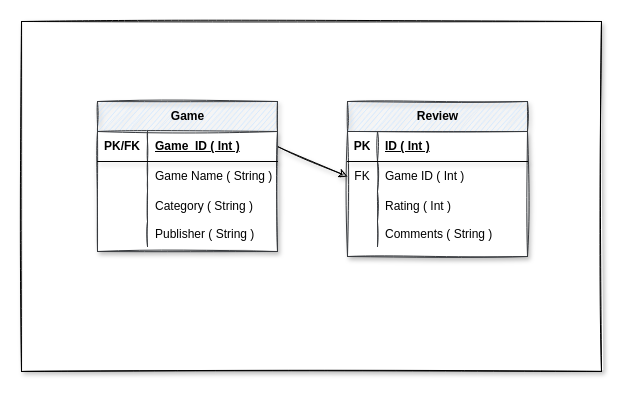
Earlier version of the draw.io diagram Appendix/Untitled Diagram.drawio (S1cca/Project_QA). Source tidied: cells renumbered, new cells numbered last; positions are measured from the earlier drawing's top-left corner, leaving out a move shared by most shapes. Both pictures are drawn from the tidied source at 100%, with x=0, y=0 at pixel (21, 21).
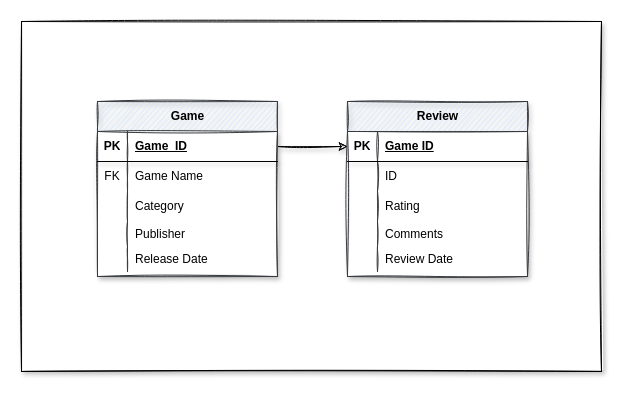
After the change.

Unchanged cells that the change refers to:
```xml
<mxCell id="5" style="shape=tableRow;horizontal=0;startSize=0;swimlaneHead=0;swimlaneBody=0;fillColor=none;points=[[0,0.5],[1,0.5]];portConstraint=eastwest;top=0;left=0;right=0;bottom=1;shadow=1;labelBackgroundColor=none;labelBorderColor=none;fontColor=default;strokeColor=default;html=1;" parent="4" vertex="1">
  <mxGeometry y="30" width="180" height="30" as="geometry" />
</mxCell>
<mxCell id="8" style="shape=tableRow;horizontal=0;startSize=0;swimlaneHead=0;swimlaneBody=0;fillColor=none;top=0;left=0;right=0;bottom=0;shadow=1;labelBackgroundColor=none;labelBorderColor=none;fontColor=default;strokeColor=default;html=1;" parent="4" vertex="1">
  <mxGeometry y="60" width="180" height="30" as="geometry" />
</mxCell>
<mxCell id="11" style="shape=tableRow;horizontal=0;startSize=0;swimlaneHead=0;swimlaneBody=0;fillColor=none;top=0;left=0;right=0;bottom=0;shadow=1;labelBackgroundColor=none;labelBorderColor=none;fontColor=default;strokeColor=default;html=1;rounded=0;sketch=0;swimlaneFillColor=none;" parent="4" vertex="1">
  <mxGeometry y="90" width="180" height="30" as="geometry" />
</mxCell>
<mxCell id="14" style="shape=tableRow;horizontal=0;startSize=0;swimlaneHead=0;swimlaneBody=0;fillColor=none;top=0;left=0;right=0;bottom=0;shadow=1;labelBackgroundColor=none;labelBorderColor=none;fontColor=default;strokeColor=default;html=1;" parent="4" vertex="1">
  <mxGeometry y="120" width="180" height="25" as="geometry" />
</mxCell>
<mxCell id="18" style="shape=tableRow;horizontal=0;startSize=0;swimlaneHead=0;swimlaneBody=0;fillColor=none;points=[[0,0.5],[1,0.5]];portConstraint=eastwest;top=0;left=0;right=0;bottom=1;shadow=1;labelBackgroundColor=none;labelBorderColor=none;fontColor=default;strokeColor=default;html=1;" parent="17" vertex="1">
  <mxGeometry y="30" width="180" height="30" as="geometry" />
</mxCell>
<mxCell id="21" style="shape=tableRow;horizontal=0;startSize=0;swimlaneHead=0;swimlaneBody=0;fillColor=none;points=[[0,0.5],[1,0.5]];portConstraint=eastwest;top=0;left=0;right=0;bottom=0;shadow=1;labelBackgroundColor=none;labelBorderColor=none;fontColor=default;strokeColor=default;html=1;" parent="17" vertex="1">
  <mxGeometry y="60" width="180" height="30" as="geometry" />
</mxCell>
<mxCell id="24" style="shape=tableRow;horizontal=0;startSize=0;swimlaneHead=0;swimlaneBody=0;fillColor=none;top=0;left=0;right=0;bottom=0;shadow=1;labelBackgroundColor=none;labelBorderColor=none;fontColor=default;strokeColor=default;html=1;rounded=0;sketch=0;swimlaneFillColor=none;" parent="17" vertex="1">
  <mxGeometry y="90" width="180" height="30" as="geometry" />
</mxCell>
<mxCell id="27" style="shape=tableRow;horizontal=0;startSize=0;swimlaneHead=0;swimlaneBody=0;fillColor=none;top=0;left=0;right=0;bottom=0;shadow=1;labelBackgroundColor=none;labelBorderColor=none;fontColor=default;strokeColor=default;html=1;" parent="17" vertex="1">
  <mxGeometry y="120" width="180" height="25" as="geometry" />
</mxCell>
```

Change to the diagram source:
```diff
@@
-    <mxCell id="3" style="endArrow=classic;rounded=0;exitX=1;exitY=0.5;exitDx=0;exitDy=0;entryX=0;entryY=0.5;entryDx=0;entryDy=0;sketch=1;shadow=1;labelBackgroundColor=none;labelBorderColor=none;fontColor=default;verticalAlign=middle;html=1;snapToPoint=0;swimlaneLine=1;" parent="1" edge="1" source="5" target="21">
+    <mxCell id="3" style="endArrow=classic;rounded=0;exitX=1;exitY=0.5;exitDx=0;exitDy=0;entryX=0;entryY=0.5;entryDx=0;entryDy=0;sketch=1;shadow=1;labelBackgroundColor=none;labelBorderColor=none;fontColor=default;verticalAlign=middle;html=1;snapToPoint=0;swimlaneLine=1;" parent="1" edge="1" source="5" target="18">
       <mxGeometry relative="1" as="geometry" />
     </mxCell>
     <mxCell id="4" value="Game" style="shape=table;startSize=30;childLayout=tableLayout;rowLines=0;fontStyle=1;align=center;shadow=1;labelBackgroundColor=none;labelBorderColor=none;strokeColor=#36393d;fillColor=#cce5ff;html=1;swimlaneFillColor=default;sketch=1;" parent="1" vertex="1">
-      <mxGeometry x="76" y="80" width="180" height="150" as="geometry" />
+      <mxGeometry x="76" y="80" width="180" height="175" as="geometry" />
     </mxCell>
@@
-    <mxCell id="6" value="PK/FK" style="shape=partialRectangle;fillColor=none;top=0;left=0;bottom=0;right=0;fontStyle=1;overflow=hidden;shadow=1;labelBackgroundColor=none;labelBorderColor=none;fontColor=default;strokeColor=default;html=1;" parent="5" vertex="1">
-      <mxGeometry width="50" height="30" as="geometry" />
+    <mxCell id="6" value="PK" style="shape=partialRectangle;fillColor=none;top=0;left=0;bottom=0;right=0;fontStyle=1;overflow=hidden;shadow=1;labelBackgroundColor=none;labelBorderColor=none;fontColor=default;strokeColor=default;html=1;" parent="5" vertex="1">
+      <mxGeometry width="30" height="30" as="geometry" />
     </mxCell>
-    <mxCell id="7" value="Game_ID ( Int )" style="shape=partialRectangle;fillColor=none;top=0;left=0;bottom=0;right=0;align=left;spacingLeft=6;fontStyle=5;overflow=hidden;shadow=1;labelBackgroundColor=none;labelBorderColor=none;fontColor=default;strokeColor=default;html=1;" parent="5" vertex="1">
-      <mxGeometry x="50" width="130" height="30" as="geometry" />
+    <mxCell id="7" value="Game_ID" style="shape=partialRectangle;fillColor=none;top=0;left=0;bottom=0;right=0;align=left;spacingLeft=6;fontStyle=5;overflow=hidden;shadow=1;labelBackgroundColor=none;labelBorderColor=none;fontColor=default;strokeColor=default;html=1;" parent="5" vertex="1">
+      <mxGeometry x="30" width="150" height="30" as="geometry" />
     </mxCell>
@@
-    <mxCell id="9" style="shape=partialRectangle;fillColor=none;top=0;left=0;bottom=0;right=0;overflow=hidden;shadow=1;labelBackgroundColor=none;labelBorderColor=none;fontColor=default;strokeColor=default;html=1;" parent="8" vertex="1">
-      <mxGeometry width="50" height="30" as="geometry" />
+    <mxCell id="9" value="FK" style="shape=partialRectangle;fillColor=none;top=0;left=0;bottom=0;right=0;overflow=hidden;shadow=1;labelBackgroundColor=none;labelBorderColor=none;fontColor=default;strokeColor=default;html=1;" parent="8" vertex="1">
+      <mxGeometry width="30" height="30" as="geometry" />
     </mxCell>
-    <mxCell id="10" value="Game Name ( String )" style="shape=partialRectangle;fillColor=none;top=0;left=0;bottom=0;right=0;align=left;spacingLeft=6;overflow=hidden;shadow=1;labelBackgroundColor=none;labelBorderColor=none;fontColor=default;strokeColor=default;html=1;" parent="8" vertex="1">
-      <mxGeometry x="50" width="130" height="30" as="geometry" />
+    <mxCell id="10" value="Game Name" style="shape=partialRectangle;fillColor=none;top=0;left=0;bottom=0;right=0;align=left;spacingLeft=6;overflow=hidden;shadow=1;labelBackgroundColor=none;labelBorderColor=none;fontColor=default;strokeColor=default;html=1;" parent="8" vertex="1">
+      <mxGeometry x="30" width="150" height="30" as="geometry" />
     </mxCell>
@@
     <mxCell id="12" style="shape=partialRectangle;fillColor=none;top=0;left=0;bottom=0;right=0;overflow=hidden;shadow=1;labelBackgroundColor=none;labelBorderColor=none;fontColor=default;strokeColor=default;html=1;" parent="11" vertex="1">
-      <mxGeometry width="50" height="30" as="geometry" />
+      <mxGeometry width="30" height="30" as="geometry" />
     </mxCell>
-    <mxCell id="13" value="Category ( String )" style="shape=partialRectangle;fillColor=none;top=0;left=0;bottom=0;right=0;align=left;spacingLeft=6;overflow=hidden;shadow=1;labelBackgroundColor=none;labelBorderColor=none;fontColor=default;strokeColor=default;html=1;" parent="11" vertex="1">
-      <mxGeometry x="50" width="130" height="30" as="geometry" />
+    <mxCell id="13" value="Category" style="shape=partialRectangle;fillColor=none;top=0;left=0;bottom=0;right=0;align=left;spacingLeft=6;overflow=hidden;shadow=1;labelBackgroundColor=none;labelBorderColor=none;fontColor=default;strokeColor=default;html=1;" parent="11" vertex="1">
+      <mxGeometry x="30" width="150" height="30" as="geometry" />
     </mxCell>
@@
     <mxCell id="15" style="shape=partialRectangle;fillColor=none;top=0;left=0;bottom=0;right=0;overflow=hidden;shadow=1;labelBackgroundColor=none;labelBorderColor=none;fontColor=default;strokeColor=default;html=1;" parent="14" vertex="1">
-      <mxGeometry width="50" height="25" as="geometry" />
+      <mxGeometry width="30" height="25" as="geometry" />
     </mxCell>
-    <mxCell id="16" value="Publisher ( String )" style="shape=partialRectangle;fillColor=none;top=0;left=0;bottom=0;right=0;align=left;spacingLeft=6;overflow=hidden;shadow=1;labelBackgroundColor=none;labelBorderColor=none;fontColor=default;strokeColor=default;html=1;" parent="14" vertex="1">
-      <mxGeometry x="50" width="130" height="25" as="geometry" />
+    <mxCell id="16" value="Publisher" style="shape=partialRectangle;fillColor=none;top=0;left=0;bottom=0;right=0;align=left;spacingLeft=6;overflow=hidden;shadow=1;labelBackgroundColor=none;labelBorderColor=none;fontColor=default;strokeColor=default;html=1;" parent="14" vertex="1">
+      <mxGeometry x="30" width="150" height="25" as="geometry" />
     </mxCell>
+    <mxCell id="30" style="shape=tableRow;horizontal=0;startSize=0;swimlaneHead=0;swimlaneBody=0;fillColor=none;top=0;left=0;right=0;bottom=0;shadow=1;labelBackgroundColor=none;labelBorderColor=none;fontColor=default;strokeColor=default;html=1;" parent="4" vertex="1">
+      <mxGeometry y="145" width="180" height="25" as="geometry" />
+    </mxCell>
+    <mxCell id="31" style="shape=partialRectangle;fillColor=none;top=0;left=0;bottom=0;right=0;overflow=hidden;shadow=1;labelBackgroundColor=none;labelBorderColor=none;fontColor=default;strokeColor=default;html=1;" parent="30" vertex="1">
+      <mxGeometry width="30" height="25" as="geometry" />
+    </mxCell>
+    <mxCell id="32" value="Release Date" style="shape=partialRectangle;fillColor=none;top=0;left=0;bottom=0;right=0;align=left;spacingLeft=6;overflow=hidden;shadow=1;labelBackgroundColor=none;labelBorderColor=none;fontColor=default;strokeColor=default;html=1;" parent="30" vertex="1">
+      <mxGeometry x="30" width="150" height="25" as="geometry" />
+    </mxCell>
     <mxCell id="17" value="Review" style="shape=table;startSize=30;childLayout=tableLayout;rowLines=0;fontStyle=1;align=center;shadow=1;labelBackgroundColor=none;labelBorderColor=none;strokeColor=#36393d;fillColor=#cce5ff;html=1;swimlaneFillColor=default;sketch=1;" parent="1" vertex="1">
-      <mxGeometry x="326" y="80" width="180" height="155" as="geometry" />
+      <mxGeometry x="326" y="80" width="180" height="175" as="geometry" />
     </mxCell>
@@
-    <mxCell id="20" value="ID ( Int )" style="shape=partialRectangle;fillColor=none;top=0;left=0;bottom=0;right=0;align=left;spacingLeft=6;fontStyle=5;overflow=hidden;shadow=1;labelBackgroundColor=none;labelBorderColor=none;fontColor=default;strokeColor=default;html=1;" parent="18" vertex="1">
+    <mxCell id="20" value="Game ID" style="shape=partialRectangle;fillColor=none;top=0;left=0;bottom=0;right=0;align=left;spacingLeft=6;fontStyle=5;overflow=hidden;shadow=1;labelBackgroundColor=none;labelBorderColor=none;fontColor=default;strokeColor=default;html=1;" parent="18" vertex="1">
       <mxGeometry x="30" width="150" height="30" as="geometry" />
     </mxCell>
@@
-    <mxCell id="22" value="FK" style="shape=partialRectangle;fillColor=none;top=0;left=0;bottom=0;right=0;overflow=hidden;shadow=1;labelBackgroundColor=none;labelBorderColor=none;fontColor=default;strokeColor=default;html=1;sketch=1;" parent="21" vertex="1">
+    <mxCell id="22" style="shape=partialRectangle;fillColor=none;top=0;left=0;bottom=0;right=0;overflow=hidden;shadow=1;labelBackgroundColor=none;labelBorderColor=none;fontColor=default;strokeColor=default;html=1;sketch=1;" parent="21" vertex="1">
       <mxGeometry width="30" height="30" as="geometry" />
     </mxCell>
-    <mxCell id="23" value="Game ID ( Int )" style="shape=partialRectangle;fillColor=none;top=0;left=0;bottom=0;right=0;align=left;spacingLeft=6;overflow=hidden;shadow=1;labelBackgroundColor=none;labelBorderColor=none;fontColor=default;strokeColor=default;html=1;" parent="21" vertex="1">
+    <mxCell id="23" value="ID&amp;nbsp;" style="shape=partialRectangle;fillColor=none;top=0;left=0;bottom=0;right=0;align=left;spacingLeft=6;overflow=hidden;shadow=1;labelBackgroundColor=none;labelBorderColor=none;fontColor=default;strokeColor=default;html=1;" parent="21" vertex="1">
       <mxGeometry x="30" width="150" height="30" as="geometry" />
     </mxCell>
@@
-    <mxCell id="26" value="Rating ( Int )" style="shape=partialRectangle;fillColor=none;top=0;left=0;bottom=0;right=0;align=left;spacingLeft=6;overflow=hidden;shadow=1;labelBackgroundColor=none;labelBorderColor=none;fontColor=default;strokeColor=default;html=1;" parent="24" vertex="1">
+    <mxCell id="26" value="Rating" style="shape=partialRectangle;fillColor=none;top=0;left=0;bottom=0;right=0;align=left;spacingLeft=6;overflow=hidden;shadow=1;labelBackgroundColor=none;labelBorderColor=none;fontColor=default;strokeColor=default;html=1;" parent="24" vertex="1">
       <mxGeometry x="30" width="150" height="30" as="geometry" />
     </mxCell>
@@
-    <mxCell id="29" value="Comments ( String )" style="shape=partialRectangle;fillColor=none;top=0;left=0;bottom=0;right=0;align=left;spacingLeft=6;overflow=hidden;shadow=1;labelBackgroundColor=none;labelBorderColor=none;fontColor=default;strokeColor=default;html=1;" parent="27" vertex="1">
+    <mxCell id="29" value="Comments" style="shape=partialRectangle;fillColor=none;top=0;left=0;bottom=0;right=0;align=left;spacingLeft=6;overflow=hidden;shadow=1;labelBackgroundColor=none;labelBorderColor=none;fontColor=default;strokeColor=default;html=1;" parent="27" vertex="1">
       <mxGeometry x="30" width="150" height="25" as="geometry" />
     </mxCell>
+    <mxCell id="33" style="shape=tableRow;horizontal=0;startSize=0;swimlaneHead=0;swimlaneBody=0;fillColor=none;top=0;left=0;right=0;bottom=0;shadow=1;labelBackgroundColor=none;labelBorderColor=none;fontColor=default;strokeColor=default;html=1;" parent="17" vertex="1">
+      <mxGeometry y="145" width="180" height="25" as="geometry" />
+    </mxCell>
+    <mxCell id="34" style="shape=partialRectangle;fillColor=none;top=0;left=0;bottom=0;right=0;overflow=hidden;shadow=1;labelBackgroundColor=none;labelBorderColor=none;fontColor=default;strokeColor=default;html=1;" parent="33" vertex="1">
+      <mxGeometry width="30" height="25" as="geometry" />
+    </mxCell>
+    <mxCell id="35" value="Review Date" style="shape=partialRectangle;fillColor=none;top=0;left=0;bottom=0;right=0;align=left;spacingLeft=6;overflow=hidden;shadow=1;labelBackgroundColor=none;labelBorderColor=none;fontColor=default;strokeColor=default;html=1;" parent="33" vertex="1">
+      <mxGeometry x="30" width="150" height="25" as="geometry" />
+    </mxCell>
```
